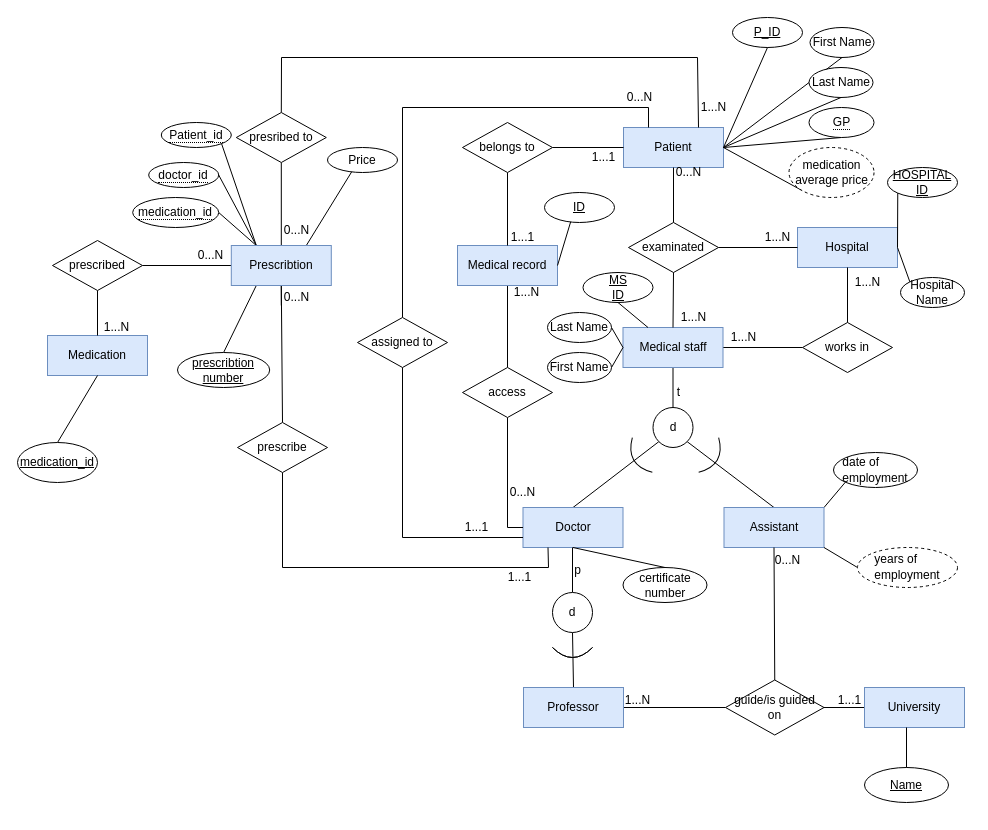
Earlier version of the draw.io diagram Untitled Diagram.drawio (fragolaTJ/TTtrak). Source tidied: cells renumbered, new cells numbered last; positions are measured from the earlier drawing's top-left corner, leaving out a move shared by most shapes. Both pictures are drawn from the tidied source at 100%, with x=0, y=0 at pixel (17, 17).
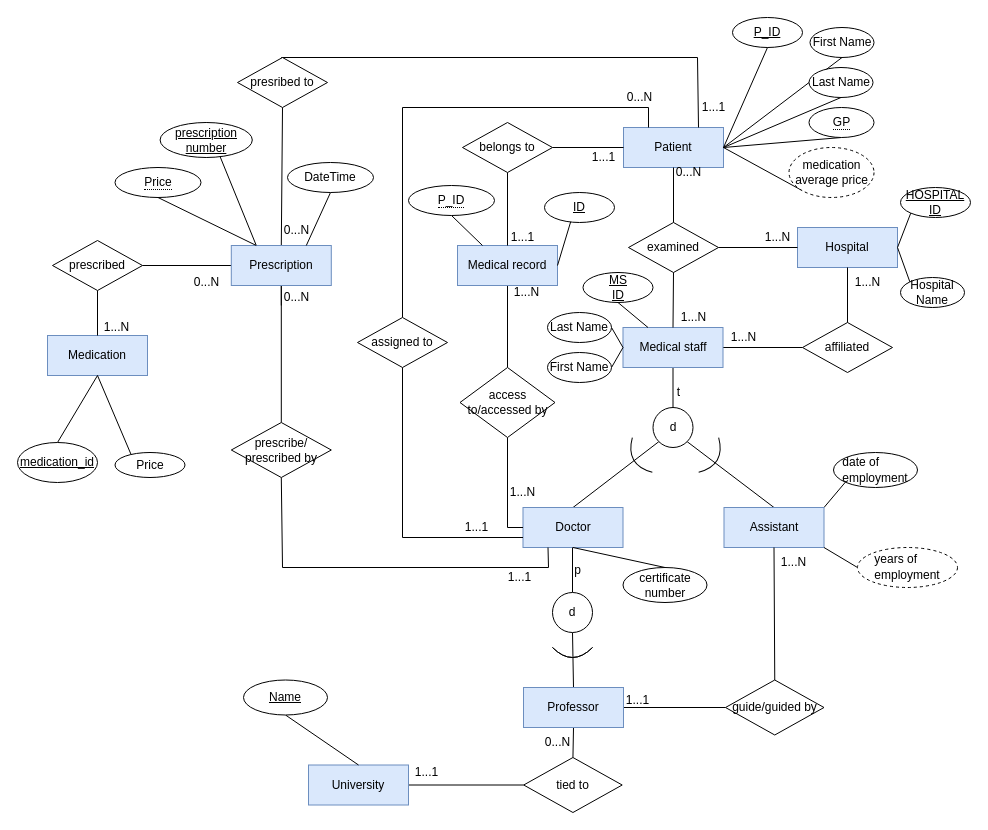
Above is the later version.

The change refers to these unchanged cells:
```xml
<mxCell id="29" value="Medical record" style="whiteSpace=wrap;html=1;align=center;fillColor=#dae8fc;strokeColor=#6c8ebf;" parent="1" vertex="1">
  <mxGeometry x="440" y="228" width="100" height="40" as="geometry" />
</mxCell>
<mxCell id="35" value="Medication" style="whiteSpace=wrap;html=1;align=center;fillColor=#dae8fc;strokeColor=#6c8ebf;" parent="1" vertex="1">
  <mxGeometry x="30" y="318" width="100" height="40" as="geometry" />
</mxCell>
<mxCell id="89" value="Professor" style="whiteSpace=wrap;html=1;align=center;fillColor=#dae8fc;strokeColor=#6c8ebf;" parent="1" vertex="1">
  <mxGeometry x="506" y="670" width="100" height="40" as="geometry" />
</mxCell>
```

Diff of the diagram source:
```diff
@@
-    <mxCell id="22" value="examinated" style="shape=rhombus;perimeter=rhombusPerimeter;whiteSpace=wrap;html=1;align=center;" parent="1" vertex="1">
+    <mxCell id="22" value="examined" style="shape=rhombus;perimeter=rhombusPerimeter;whiteSpace=wrap;html=1;align=center;" parent="1" vertex="1">
       <mxGeometry x="611" y="205" width="90" height="50" as="geometry" />
     </mxCell>
-    <mxCell id="23" value="works in" style="shape=rhombus;perimeter=rhombusPerimeter;whiteSpace=wrap;html=1;align=center;" parent="1" vertex="1">
+    <mxCell id="23" value="affiliated" style="shape=rhombus;perimeter=rhombusPerimeter;whiteSpace=wrap;html=1;align=center;" parent="1" vertex="1">
       <mxGeometry x="785" y="305" width="90" height="50" as="geometry" />
     </mxCell>
@@
-    <mxCell id="31" value="access" style="shape=rhombus;perimeter=rhombusPerimeter;whiteSpace=wrap;html=1;align=center;" parent="1" vertex="1">
-      <mxGeometry x="445" y="350" width="90" height="50" as="geometry" />
+    <mxCell id="31" value="access to/accessed by" style="shape=rhombus;perimeter=rhombusPerimeter;whiteSpace=wrap;html=1;align=center;" parent="1" vertex="1">
+      <mxGeometry x="442.5" y="350" width="95" height="70" as="geometry" />
     </mxCell>
@@
-    <mxCell id="47" value="0...N" style="text;html=1;align=center;verticalAlign=middle;strokeColor=none;fillColor=none;" parent="1" vertex="1">
+    <mxCell id="47" value="1...N" style="text;html=1;align=center;verticalAlign=middle;strokeColor=none;fillColor=none;" parent="1" vertex="1">
       <mxGeometry x="480" y="460" width="50" height="30" as="geometry" />
     </mxCell>
@@
-    <mxCell id="51" value="1...N" style="text;html=1;align=center;verticalAlign=middle;strokeColor=none;fillColor=none;" parent="1" vertex="1">
+    <mxCell id="51" value="1...1" style="text;html=1;align=center;verticalAlign=middle;strokeColor=none;fillColor=none;" parent="1" vertex="1">
       <mxGeometry x="670.5" y="75" width="50" height="30" as="geometry" />
     </mxCell>
@@
-    <mxCell id="55" value="0...N" style="text;html=1;align=center;verticalAlign=middle;strokeColor=none;fillColor=none;" parent="1" vertex="1">
-      <mxGeometry x="167.5" y="223" width="50" height="30" as="geometry" />
-    </mxCell>
@@
     <mxCell id="63" value="HOSPITAL&lt;div&gt;ID&lt;/div&gt;" style="ellipse;whiteSpace=wrap;html=1;align=center;fontStyle=4;" parent="1" vertex="1">
-      <mxGeometry x="870" y="150" width="70" height="30" as="geometry" />
+      <mxGeometry x="883" y="170" width="70" height="30" as="geometry" />
     </mxCell>
@@
-    <mxCell id="79" style="edgeStyle=none;rounded=0;jettySize=auto;html=1;exitX=1;exitY=1;exitDx=0;exitDy=0;entryX=0.25;entryY=0;entryDx=0;entryDy=0;endArrow=none;endFill=0;" parent="1" edge="1" source="80" target="106">
-      <mxGeometry relative="1" as="geometry" />
-    </mxCell>
-    <mxCell id="80" value="&lt;span style=&quot;border-bottom: 1px dotted&quot;&gt;Patient_id&lt;/span&gt;" style="ellipse;whiteSpace=wrap;html=1;align=center;" parent="1" vertex="1">
-      <mxGeometry x="143.8" y="105" width="70" height="25" as="geometry" />
-    </mxCell>
-    <mxCell id="81" style="edgeStyle=none;rounded=0;jettySize=auto;html=1;exitX=1;exitY=0.5;exitDx=0;exitDy=0;entryX=0.25;entryY=0;entryDx=0;entryDy=0;endArrow=none;endFill=0;" parent="1" edge="1" source="82" target="106">
-      <mxGeometry relative="1" as="geometry" />
-    </mxCell>
-    <mxCell id="82" value="&lt;span style=&quot;border-bottom: 1px dotted&quot;&gt;doctor_id&lt;/span&gt;" style="ellipse;whiteSpace=wrap;html=1;align=center;" parent="1" vertex="1">
-      <mxGeometry x="131.2" y="145" width="70" height="25" as="geometry" />
-    </mxCell>
-    <mxCell id="83" style="edgeStyle=none;rounded=0;jettySize=auto;html=1;exitX=1;exitY=0.5;exitDx=0;exitDy=0;entryX=0.25;entryY=0;entryDx=0;entryDy=0;endArrow=none;endFill=0;" parent="1" edge="1" source="84" target="106">
-      <mxGeometry relative="1" as="geometry" />
-    </mxCell>
-    <mxCell id="84" value="&lt;span style=&quot;border-bottom: 1px dotted&quot;&gt;medication_id&lt;/span&gt;" style="ellipse;whiteSpace=wrap;html=1;align=center;" parent="1" vertex="1">
-      <mxGeometry x="115.2" y="180" width="86" height="30" as="geometry" />
-    </mxCell>
@@
-    <mxCell id="86" style="edgeStyle=none;rounded=0;jettySize=auto;html=1;exitX=0.357;exitY=0.92;exitDx=0;exitDy=0;entryX=0.75;entryY=0;entryDx=0;entryDy=0;endArrow=none;endFill=0;exitPerimeter=0;" parent="1" edge="1" source="87" target="106">
+    <mxCell id="86" style="edgeStyle=none;rounded=0;jettySize=auto;html=1;exitX=0.357;exitY=0.92;exitDx=0;exitDy=0;entryX=0.5;entryY=1;entryDx=0;entryDy=0;endArrow=none;endFill=0;exitPerimeter=0;" parent="1" edge="1" source="87" target="35">
       <mxGeometry relative="1" as="geometry" />
     </mxCell>
     <mxCell id="87" value="Price" style="ellipse;whiteSpace=wrap;html=1;align=center;" parent="1" vertex="1">
-      <mxGeometry x="310" y="130" width="70" height="25" as="geometry" />
+      <mxGeometry x="97.5" y="435" width="70" height="25" as="geometry" />
     </mxCell>
@@
+    <mxCell id="117" style="edgeStyle=orthogonalEdgeStyle;rounded=0;jettySize=auto;html=1;exitX=0.5;exitY=1;exitDx=0;exitDy=0;entryX=0.5;entryY=0;entryDx=0;entryDy=0;endArrow=none;endFill=0;" parent="1" edge="1" source="89" target="122">
+      <mxGeometry relative="1" as="geometry" />
+    </mxCell>
@@
-    <mxCell id="95" style="edgeStyle=none;rounded=0;jettySize=auto;html=1;exitX=1;exitY=0.5;exitDx=0;exitDy=0;entryX=0;entryY=0.5;entryDx=0;entryDy=0;endArrow=none;endFill=0;" parent="1" edge="1" source="96" target="97">
+    <mxCell id="95" style="edgeStyle=none;rounded=0;jettySize=auto;html=1;exitX=0;exitY=0.5;exitDx=0;exitDy=0;entryX=1;entryY=0.5;entryDx=0;entryDy=0;endArrow=none;endFill=0;" parent="1" edge="1" source="122" target="97">
       <mxGeometry relative="1" as="geometry" />
     </mxCell>
-    <mxCell id="96" value="guide/is guided on" style="shape=rhombus;perimeter=rhombusPerimeter;whiteSpace=wrap;html=1;align=center;" parent="1" vertex="1">
+    <mxCell id="96" value="guide/guided by" style="shape=rhombus;perimeter=rhombusPerimeter;whiteSpace=wrap;html=1;align=center;" parent="1" vertex="1">
       <mxGeometry x="708" y="662.5" width="98.5" height="55" as="geometry" />
     </mxCell>
     <mxCell id="97" value="University" style="whiteSpace=wrap;html=1;align=center;fillColor=#dae8fc;strokeColor=#6c8ebf;" parent="1" vertex="1">
-      <mxGeometry x="847" y="670" width="100" height="40" as="geometry" />
+      <mxGeometry x="291" y="747.5" width="100" height="40" as="geometry" />
     </mxCell>
+    <mxCell id="99" style="rounded=0;jettySize=auto;html=1;exitX=0.5;exitY=1;exitDx=0;exitDy=0;entryX=0.5;entryY=0;entryDx=0;entryDy=0;endArrow=none;endFill=0;" parent="1" edge="1" source="98" target="97">
+      <mxGeometry relative="1" as="geometry" />
+    </mxCell>
     <mxCell id="98" value="&lt;u&gt;Name&lt;/u&gt;" style="ellipse;whiteSpace=wrap;html=1;align=center;" parent="1" vertex="1">
-      <mxGeometry x="847" y="750" width="84" height="35" as="geometry" />
+      <mxGeometry x="226" y="662.5" width="84" height="35" as="geometry" />
     </mxCell>
-    <mxCell id="99" style="edgeStyle=none;rounded=0;jettySize=auto;html=1;exitX=0.5;exitY=0;exitDx=0;exitDy=0;entryX=0.42;entryY=1;entryDx=0;entryDy=0;entryPerimeter=0;endArrow=none;endFill=0;" parent="1" edge="1" source="98" target="97">
-      <mxGeometry relative="1" as="geometry" />
-    </mxCell>
     <mxCell id="100" value="0...N" style="text;html=1;align=center;verticalAlign=middle;strokeColor=none;fillColor=none;" parent="1" vertex="1">
-      <mxGeometry x="745" y="528" width="50" height="30" as="geometry" />
+      <mxGeometry x="515" y="710" width="50" height="30" as="geometry" />
     </mxCell>
-    <mxCell id="101" value="1...N" style="text;html=1;align=center;verticalAlign=middle;strokeColor=none;fillColor=none;" parent="1" vertex="1">
+    <mxCell id="101" value="1...1" style="text;html=1;align=center;verticalAlign=middle;strokeColor=none;fillColor=none;" parent="1" vertex="1">
       <mxGeometry x="595" y="668" width="50" height="30" as="geometry" />
     </mxCell>
-    <mxCell id="102" value="1...1" style="text;html=1;align=center;verticalAlign=middle;strokeColor=none;fillColor=none;" parent="1" vertex="1">
-      <mxGeometry x="806.5" y="668" width="50" height="30" as="geometry" />
-    </mxCell>
-    <mxCell id="103" style="edgeStyle=none;rounded=0;jettySize=auto;html=1;exitX=0.5;exitY=0;exitDx=0;exitDy=0;entryX=0.25;entryY=1;entryDx=0;entryDy=0;endArrow=none;endFill=0;" parent="1" edge="1" source="104" target="106">
+    <mxCell id="103" style="edgeStyle=none;rounded=0;jettySize=auto;html=1;exitX=0.5;exitY=0;exitDx=0;exitDy=0;entryX=0.25;entryY=0;entryDx=0;entryDy=0;endArrow=none;endFill=0;" parent="1" edge="1" source="104" target="106">
       <mxGeometry relative="1" as="geometry" />
     </mxCell>
-    <mxCell id="104" value="&lt;u&gt;prescribtion number&lt;/u&gt;" style="ellipse;whiteSpace=wrap;html=1;align=center;" parent="1" vertex="1">
-      <mxGeometry x="160" y="335" width="92.2" height="35" as="geometry" />
+    <mxCell id="104" value="&lt;u&gt;prescription number&lt;/u&gt;" style="ellipse;whiteSpace=wrap;html=1;align=center;" parent="1" vertex="1">
+      <mxGeometry x="142.6" y="105" width="92.2" height="35" as="geometry" />
     </mxCell>
@@
-    <mxCell id="106" value="Prescribtion" style="whiteSpace=wrap;html=1;align=center;fillColor=#dae8fc;strokeColor=#6c8ebf;" parent="1" vertex="1">
+    <mxCell id="106" value="Prescription" style="whiteSpace=wrap;html=1;align=center;fillColor=#dae8fc;strokeColor=#6c8ebf;" parent="1" vertex="1">
       <mxGeometry x="213.8" y="228" width="100" height="40" as="geometry" />
     </mxCell>
-    <mxCell id="107" value="prescribe" style="shape=rhombus;perimeter=rhombusPerimeter;whiteSpace=wrap;html=1;align=center;" parent="1" vertex="1">
-      <mxGeometry x="220" y="405" width="90" height="50" as="geometry" />
+    <mxCell id="107" value="prescribe/ prescribed by" style="shape=rhombus;perimeter=rhombusPerimeter;whiteSpace=wrap;html=1;align=center;" parent="1" vertex="1">
+      <mxGeometry x="213.8" y="405" width="100" height="55" as="geometry" />
     </mxCell>
     <mxCell id="108" value="presribed to" style="shape=rhombus;perimeter=rhombusPerimeter;whiteSpace=wrap;html=1;align=center;" parent="1" vertex="1">
-      <mxGeometry x="218.8" y="95" width="90" height="50" as="geometry" />
+      <mxGeometry x="220" y="40" width="90" height="50" as="geometry" />
     </mxCell>
@@
+    <mxCell id="118" style="rounded=0;jettySize=auto;html=1;exitX=0.5;exitY=1;exitDx=0;exitDy=0;entryX=0.25;entryY=0;entryDx=0;entryDy=0;endArrow=none;endFill=0;" parent="1" edge="1" source="119" target="29">
+      <mxGeometry relative="1" as="geometry" />
+    </mxCell>
+    <mxCell id="119" value="&lt;div&gt;&lt;span style=&quot;border-bottom: 1px dotted&quot;&gt;P_ID&lt;br&gt;&lt;/span&gt;&lt;/div&gt;" style="ellipse;whiteSpace=wrap;html=1;align=center;" parent="1" vertex="1">
+      <mxGeometry x="391" y="168" width="86" height="30" as="geometry" />
+    </mxCell>
+    <mxCell id="120" style="rounded=0;jettySize=auto;html=1;exitX=0.5;exitY=1;exitDx=0;exitDy=0;entryX=0.25;entryY=0;entryDx=0;entryDy=0;endArrow=none;endFill=0;" parent="1" edge="1" source="121" target="106">
+      <mxGeometry relative="1" as="geometry" />
+    </mxCell>
+    <mxCell id="121" value="&lt;span style=&quot;border-bottom: 1px dotted&quot;&gt;Price&lt;/span&gt;" style="ellipse;whiteSpace=wrap;html=1;align=center;" parent="1" vertex="1">
+      <mxGeometry x="97.5" y="150" width="86" height="30" as="geometry" />
+    </mxCell>
+    <mxCell id="122" value="tied to" style="shape=rhombus;perimeter=rhombusPerimeter;whiteSpace=wrap;html=1;align=center;" parent="1" vertex="1">
+      <mxGeometry x="506.2" y="740" width="98.5" height="55" as="geometry" />
+    </mxCell>
+    <mxCell id="102" value="1...1" style="text;html=1;align=center;verticalAlign=middle;strokeColor=none;fillColor=none;" parent="1" vertex="1">
+      <mxGeometry x="383.5" y="740" width="50" height="30" as="geometry" />
+    </mxCell>
+    <mxCell id="123" value="1...N" style="text;html=1;align=center;verticalAlign=middle;strokeColor=none;fillColor=none;" parent="1" vertex="1">
+      <mxGeometry x="751" y="530" width="50" height="30" as="geometry" />
+    </mxCell>
+    <mxCell id="55" value="0...N" style="text;html=1;align=center;verticalAlign=middle;strokeColor=none;fillColor=none;" parent="1" vertex="1">
+      <mxGeometry x="163.8" y="250" width="50" height="30" as="geometry" />
+    </mxCell>
+    <mxCell id="124" style="rounded=0;jettySize=auto;html=1;exitX=0.5;exitY=1;exitDx=0;exitDy=0;entryX=0.75;entryY=0;entryDx=0;entryDy=0;endArrow=none;endFill=0;" parent="1" edge="1" source="125" target="106">
+      <mxGeometry relative="1" as="geometry" />
+    </mxCell>
+    <mxCell id="125" value="DateTime" style="ellipse;whiteSpace=wrap;html=1;align=center;" parent="1" vertex="1">
+      <mxGeometry x="270" y="145" width="86" height="30" as="geometry" />
+    </mxCell>
```
